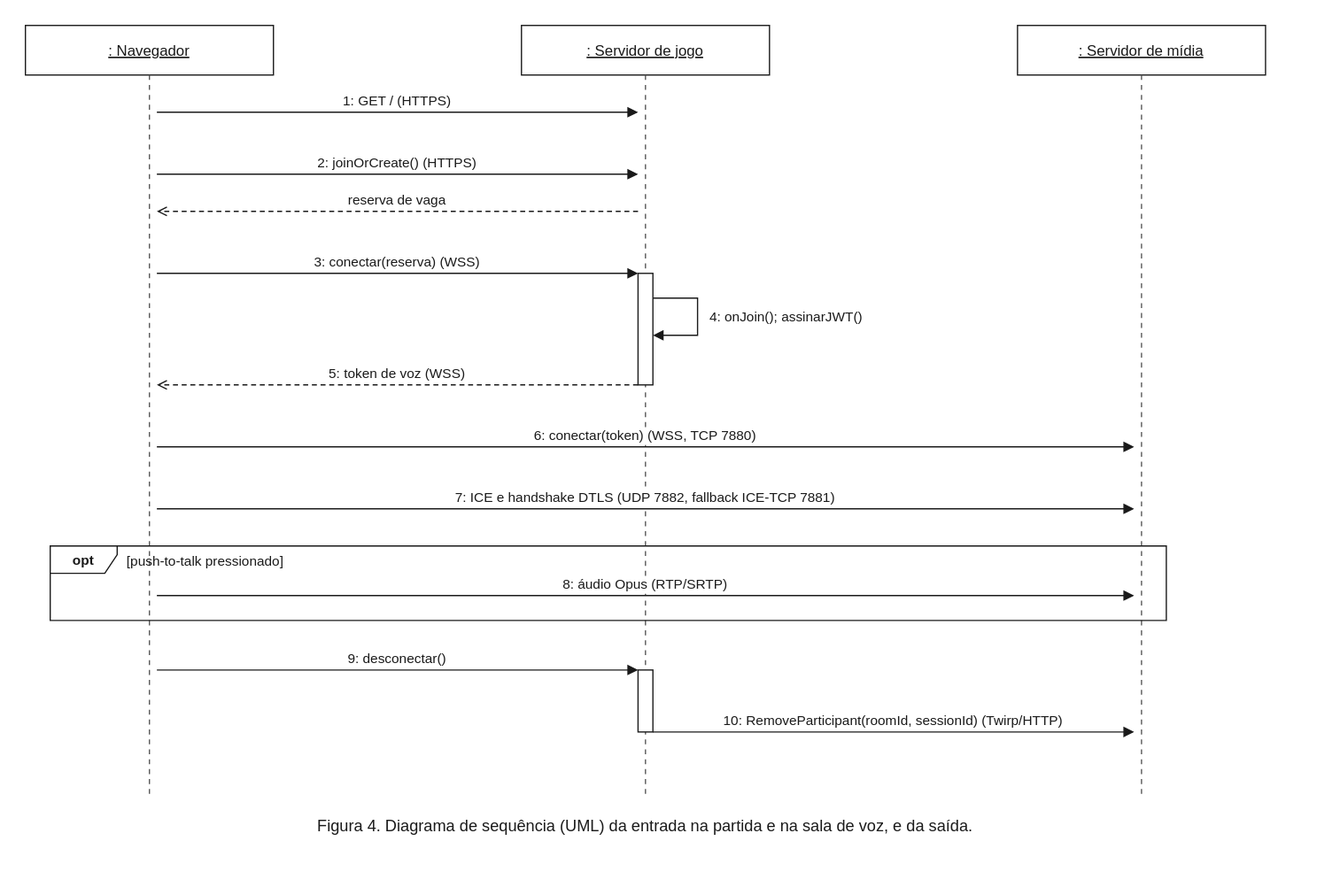
Above: docs/rede/arquitetura-de-rede-4-entrada.drawio.svg in Evolutionary-Coders/shobu (draw.io), before the change. Source tidied: cells renumbered, new cells last; positions are measured from the earlier drawing's top-left corner, leaving out a move shared by most shapes. Its diagram source:
```xml
<mxGraphModel background="#ffffff">
  <root>
    <mxCell id="0" />
    <mxCell id="1" parent="0" />
    <mxCell id="2" value=": Navegador" style="rounded=0;strokeColor=#1a1a1a;strokeWidth=1;fontFamily=Helvetica;fontSize=12;fontColor=#1a1a1a;html=0;fillColor=#ffffff;fontStyle=4;" parent="1" vertex="1">
      <mxGeometry width="200" height="40" as="geometry" />
    </mxCell>
    <mxCell id="3" style="rounded=0;labelBackgroundColor=#ffffff;fontFamily=Helvetica;fontSize=12;fontColor=#1a1a1a;html=0;fontSize=11;edgeStyle=none;strokeColor=#595959;dashed=1;dashPattern=4 4;endArrow=none;" parent="1" edge="1">
      <mxGeometry relative="1" as="geometry">
        <mxPoint x="100" y="40" as="sourcePoint" />
        <mxPoint x="100" y="620" as="targetPoint" />
      </mxGeometry>
    </mxCell>
    <mxCell id="4" value=": Servidor de jogo" style="rounded=0;strokeColor=#1a1a1a;strokeWidth=1;fontFamily=Helvetica;fontSize=12;fontColor=#1a1a1a;html=0;fillColor=#ffffff;fontStyle=4;" parent="1" vertex="1">
      <mxGeometry x="400" width="200" height="40" as="geometry" />
    </mxCell>
    <mxCell id="5" style="rounded=0;labelBackgroundColor=#ffffff;fontFamily=Helvetica;fontSize=12;fontColor=#1a1a1a;html=0;fontSize=11;edgeStyle=none;strokeColor=#595959;dashed=1;dashPattern=4 4;endArrow=none;" parent="1" edge="1">
      <mxGeometry relative="1" as="geometry">
        <mxPoint x="500" y="40" as="sourcePoint" />
        <mxPoint x="500" y="620" as="targetPoint" />
      </mxGeometry>
    </mxCell>
    <mxCell id="6" value=": Servidor de mídia" style="rounded=0;strokeColor=#1a1a1a;strokeWidth=1;fontFamily=Helvetica;fontSize=12;fontColor=#1a1a1a;html=0;fillColor=#ffffff;fontStyle=4;" parent="1" vertex="1">
      <mxGeometry x="800" width="200" height="40" as="geometry" />
    </mxCell>
    <mxCell id="7" style="rounded=0;labelBackgroundColor=#ffffff;fontFamily=Helvetica;fontSize=12;fontColor=#1a1a1a;html=0;fontSize=11;edgeStyle=none;strokeColor=#595959;dashed=1;dashPattern=4 4;endArrow=none;" parent="1" edge="1">
      <mxGeometry relative="1" as="geometry">
        <mxPoint x="900" y="40" as="sourcePoint" />
        <mxPoint x="900" y="620" as="targetPoint" />
      </mxGeometry>
    </mxCell>
    <mxCell id="8" value="1: GET / (HTTPS)" style="rounded=0;labelBackgroundColor=#ffffff;fontFamily=Helvetica;fontSize=12;fontColor=#1a1a1a;html=0;fontSize=11;edgeStyle=none;strokeColor=#1a1a1a;strokeWidth=1;verticalAlign=bottom;endArrow=block;endFill=1;" parent="1" edge="1">
      <mxGeometry relative="1" as="geometry">
        <mxPoint x="106" y="70" as="sourcePoint" />
        <mxPoint x="494" y="70" as="targetPoint" />
      </mxGeometry>
    </mxCell>
    <mxCell id="9" value="2: joinOrCreate() (HTTPS)" style="rounded=0;labelBackgroundColor=#ffffff;fontFamily=Helvetica;fontSize=12;fontColor=#1a1a1a;html=0;fontSize=11;edgeStyle=none;strokeColor=#1a1a1a;strokeWidth=1;verticalAlign=bottom;endArrow=block;endFill=1;" parent="1" edge="1">
      <mxGeometry relative="1" as="geometry">
        <mxPoint x="106" y="120" as="sourcePoint" />
        <mxPoint x="494" y="120" as="targetPoint" />
      </mxGeometry>
    </mxCell>
    <mxCell id="10" value="reserva de vaga" style="rounded=0;labelBackgroundColor=#ffffff;fontFamily=Helvetica;fontSize=12;fontColor=#1a1a1a;html=0;fontSize=11;edgeStyle=none;strokeColor=#1a1a1a;strokeWidth=1;verticalAlign=bottom;dashed=1;dashPattern=4 3;endArrow=open;endFill=0;" parent="1" edge="1">
      <mxGeometry relative="1" as="geometry">
        <mxPoint x="494" y="150" as="sourcePoint" />
        <mxPoint x="106" y="150" as="targetPoint" />
      </mxGeometry>
    </mxCell>
    <mxCell id="11" value="3: conectar(reserva) (WSS)" style="rounded=0;labelBackgroundColor=#ffffff;fontFamily=Helvetica;fontSize=12;fontColor=#1a1a1a;html=0;fontSize=11;edgeStyle=none;strokeColor=#1a1a1a;strokeWidth=1;verticalAlign=bottom;endArrow=block;endFill=1;" parent="1" edge="1">
      <mxGeometry relative="1" as="geometry">
        <mxPoint x="106" y="200" as="sourcePoint" />
        <mxPoint x="494" y="200" as="targetPoint" />
      </mxGeometry>
    </mxCell>
    <mxCell id="12" style="rounded=0;strokeColor=#1a1a1a;strokeWidth=1;fontFamily=Helvetica;fontSize=12;fontColor=#1a1a1a;html=0;fillColor=#ffffff;" parent="1" vertex="1">
      <mxGeometry x="494" y="200" width="12" height="90" as="geometry" />
    </mxCell>
    <mxCell id="13" style="rounded=0;labelBackgroundColor=#ffffff;fontFamily=Helvetica;fontSize=12;fontColor=#1a1a1a;html=0;fontSize=11;edgeStyle=none;strokeColor=#1a1a1a;strokeWidth=1;endArrow=block;endFill=1;" parent="1" edge="1">
      <mxGeometry relative="1" as="geometry">
        <mxPoint x="506" y="220" as="sourcePoint" />
        <mxPoint x="506" y="250" as="targetPoint" />
        <Array as="points">
          <mxPoint x="542" y="220" />
          <mxPoint x="542" y="250" />
        </Array>
      </mxGeometry>
    </mxCell>
    <mxCell id="14" value="4: onJoin(); assinarJWT()" style="text;align=left;verticalAlign=middle;strokeColor=none;fillColor=none;fontFamily=Helvetica;fontSize=12;fontColor=#1a1a1a;html=0;fontSize=11;" parent="1" vertex="1">
      <mxGeometry x="550" y="216" width="240" height="38" as="geometry" />
    </mxCell>
    <mxCell id="15" value="5: token de voz (WSS)" style="rounded=0;labelBackgroundColor=#ffffff;fontFamily=Helvetica;fontSize=12;fontColor=#1a1a1a;html=0;fontSize=11;edgeStyle=none;strokeColor=#1a1a1a;strokeWidth=1;verticalAlign=bottom;dashed=1;dashPattern=4 3;endArrow=open;endFill=0;" parent="1" edge="1">
      <mxGeometry relative="1" as="geometry">
        <mxPoint x="494" y="290" as="sourcePoint" />
        <mxPoint x="106" y="290" as="targetPoint" />
      </mxGeometry>
    </mxCell>
    <mxCell id="16" value="6: conectar(token) (WSS, TCP 7880)" style="rounded=0;labelBackgroundColor=#ffffff;fontFamily=Helvetica;fontSize=12;fontColor=#1a1a1a;html=0;fontSize=11;edgeStyle=none;strokeColor=#1a1a1a;strokeWidth=1;verticalAlign=bottom;endArrow=block;endFill=1;" parent="1" edge="1">
      <mxGeometry relative="1" as="geometry">
        <mxPoint x="106" y="340" as="sourcePoint" />
        <mxPoint x="894" y="340" as="targetPoint" />
      </mxGeometry>
    </mxCell>
    <mxCell id="17" value="7: ICE e handshake DTLS (UDP 7882, fallback ICE-TCP 7881)" style="rounded=0;labelBackgroundColor=#ffffff;fontFamily=Helvetica;fontSize=12;fontColor=#1a1a1a;html=0;fontSize=11;edgeStyle=none;strokeColor=#1a1a1a;strokeWidth=1;verticalAlign=bottom;endArrow=block;endFill=1;" parent="1" edge="1">
      <mxGeometry relative="1" as="geometry">
        <mxPoint x="106" y="390" as="sourcePoint" />
        <mxPoint x="894" y="390" as="targetPoint" />
      </mxGeometry>
    </mxCell>
    <mxCell id="18" value="opt" style="shape=umlFrame;width=54;height=22;fillColor=none;strokeColor=#1a1a1a;fontFamily=Helvetica;fontSize=12;fontColor=#1a1a1a;html=0;fontSize=11;fontStyle=1;" parent="1" vertex="1">
      <mxGeometry x="20" y="420" width="900" height="60" as="geometry" />
    </mxCell>
    <mxCell id="19" value="[push-to-talk pressionado]" style="text;align=left;verticalAlign=middle;strokeColor=none;fillColor=none;fontFamily=Helvetica;fontSize=12;fontColor=#1a1a1a;html=0;fontSize=11;" parent="1" vertex="1">
      <mxGeometry x="80" y="422" width="830" height="20" as="geometry" />
    </mxCell>
    <mxCell id="20" value="8: áudio Opus (RTP/SRTP)" style="rounded=0;labelBackgroundColor=#ffffff;fontFamily=Helvetica;fontSize=12;fontColor=#1a1a1a;html=0;fontSize=11;edgeStyle=none;strokeColor=#1a1a1a;strokeWidth=1;verticalAlign=bottom;endArrow=block;endFill=1;" parent="1" edge="1">
      <mxGeometry relative="1" as="geometry">
        <mxPoint x="106" y="460" as="sourcePoint" />
        <mxPoint x="894" y="460" as="targetPoint" />
      </mxGeometry>
    </mxCell>
    <mxCell id="21" value="9: desconectar()" style="rounded=0;labelBackgroundColor=#ffffff;fontFamily=Helvetica;fontSize=12;fontColor=#1a1a1a;html=0;fontSize=11;edgeStyle=none;strokeColor=#1a1a1a;strokeWidth=1;verticalAlign=bottom;endArrow=block;endFill=1;" parent="1" edge="1">
      <mxGeometry relative="1" as="geometry">
        <mxPoint x="106" y="520" as="sourcePoint" />
        <mxPoint x="494" y="520" as="targetPoint" />
      </mxGeometry>
    </mxCell>
    <mxCell id="22" style="rounded=0;strokeColor=#1a1a1a;strokeWidth=1;fontFamily=Helvetica;fontSize=12;fontColor=#1a1a1a;html=0;fillColor=#ffffff;" parent="1" vertex="1">
      <mxGeometry x="494" y="520" width="12" height="50" as="geometry" />
    </mxCell>
    <mxCell id="23" value="10: RemoveParticipant(roomId, sessionId) (Twirp/HTTP)" style="rounded=0;labelBackgroundColor=#ffffff;fontFamily=Helvetica;fontSize=12;fontColor=#1a1a1a;html=0;fontSize=11;edgeStyle=none;strokeColor=#1a1a1a;strokeWidth=1;verticalAlign=bottom;endArrow=block;endFill=1;" parent="1" edge="1">
      <mxGeometry relative="1" as="geometry">
        <mxPoint x="506" y="570" as="sourcePoint" />
        <mxPoint x="894" y="570" as="targetPoint" />
      </mxGeometry>
    </mxCell>
    <mxCell id="24" value="Figura 4. Diagrama de sequência (UML) da entrada na partida e na sala de voz, e da saída." style="text;align=left;verticalAlign=middle;strokeColor=none;fillColor=none;fontFamily=Helvetica;fontSize=12;fontColor=#1a1a1a;html=0;align=center;fontSize=13;" parent="1" vertex="1">
      <mxGeometry y="630" width="1000" height="30" as="geometry" />
    </mxCell>
  </root>
</mxGraphModel>
```
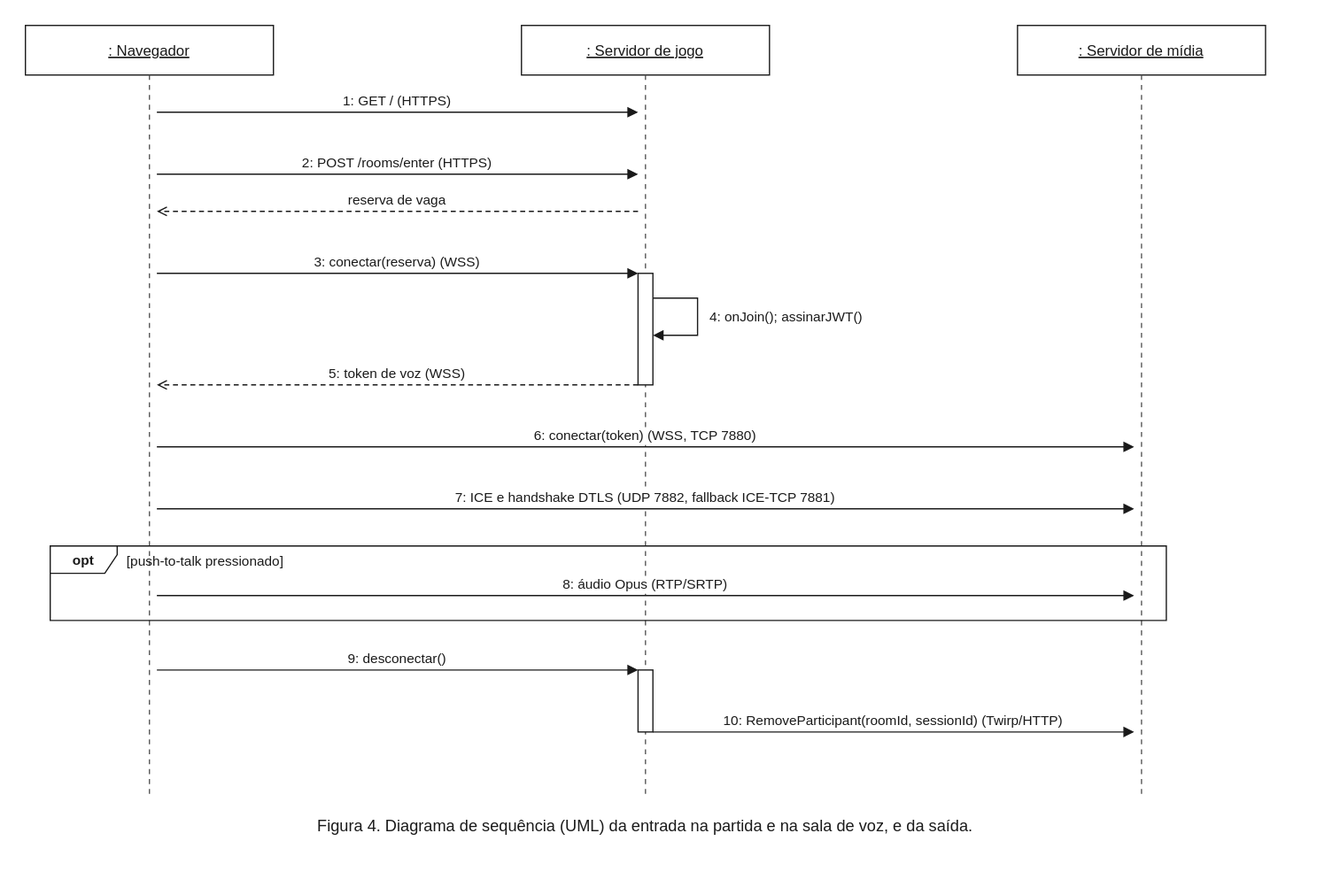
Above is the later version.

Change to the diagram source:
```diff
@@ -35,7 +35,7 @@
         <mxPoint x="494" y="70" as="targetPoint" />
       </mxGeometry>
     </mxCell>
-    <mxCell id="9" value="2: joinOrCreate() (HTTPS)" style="rounded=0;labelBackgroundColor=#ffffff;fontFamily=Helvetica;fontSize=12;fontColor=#1a1a1a;html=0;fontSize=11;edgeStyle=none;strokeColor=#1a1a1a;strokeWidth=1;verticalAlign=bottom;endArrow=block;endFill=1;" parent="1" edge="1">
+    <mxCell id="9" value="2: POST /rooms/enter (HTTPS)" style="rounded=0;labelBackgroundColor=#ffffff;fontFamily=Helvetica;fontSize=12;fontColor=#1a1a1a;html=0;fontSize=11;edgeStyle=none;strokeColor=#1a1a1a;strokeWidth=1;verticalAlign=bottom;endArrow=block;endFill=1;" parent="1" edge="1">
       <mxGeometry relative="1" as="geometry">
         <mxPoint x="106" y="120" as="sourcePoint" />
         <mxPoint x="494" y="120" as="targetPoint" />
```
